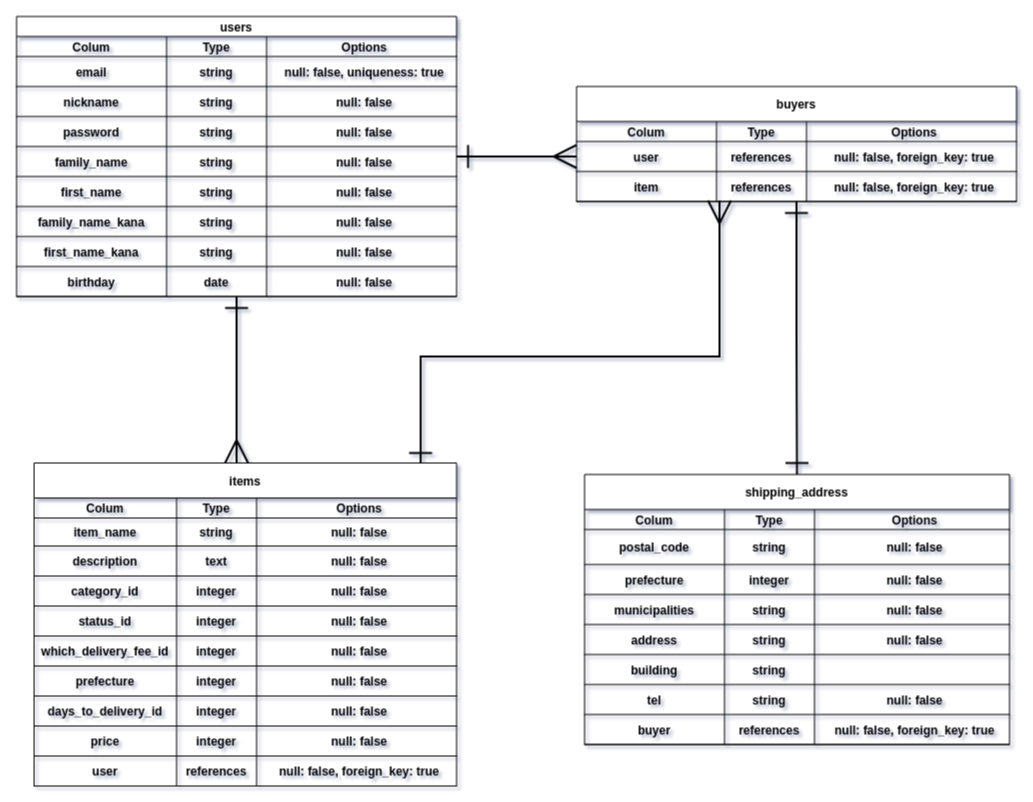
Earlier version of the draw.io diagram db/db.drawio (Tomoaki-git/furima-34423). Source tidied: cells renumbered, new cells numbered last; positions are measured from the earlier drawing's top-left corner, leaving out a move shared by most shapes. Both pictures are drawn from the tidied source at 100%, with x=0, y=0 at pixel (16, 16).
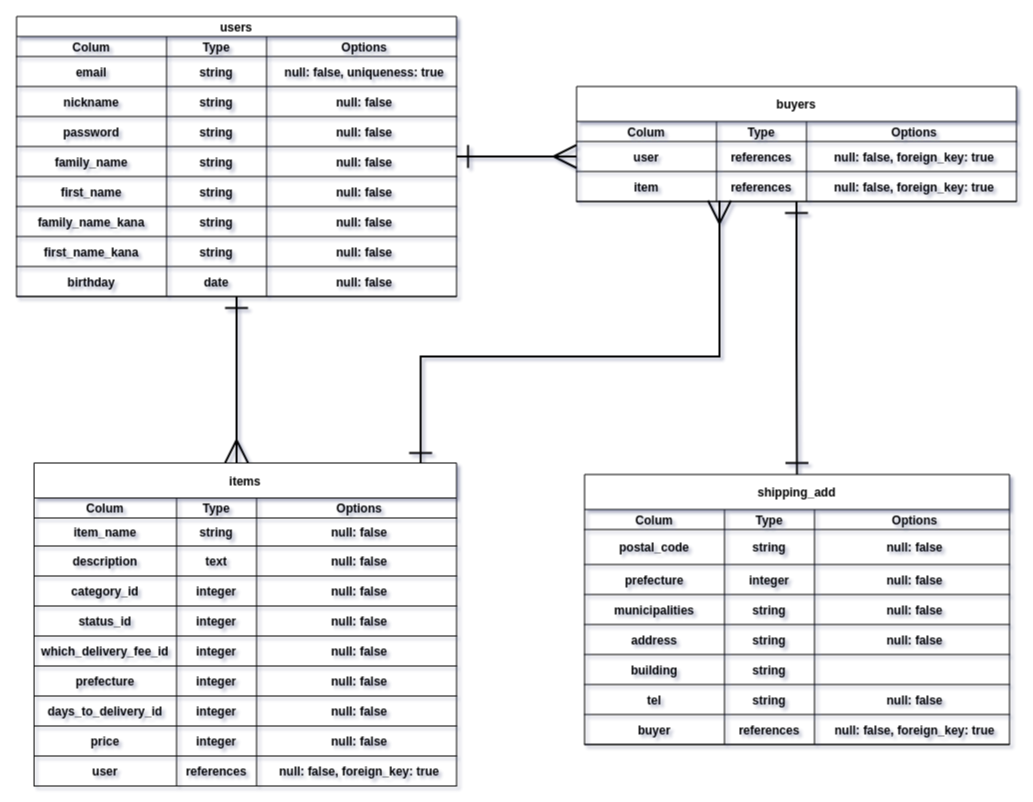
Above is the later version.

The edit, as a diff of the source:
```diff
@@
-    <mxCell id="84" value="shipping_address" style="shape=table;startSize=35;childLayout=tableLayout;rowLines=0;fontStyle=1;align=center;rounded=0;sketch=0;" parent="1" vertex="1">
+    <mxCell id="84" value="shipping_add" style="shape=table;startSize=35;childLayout=tableLayout;rowLines=0;fontStyle=1;align=center;rounded=0;sketch=0;" parent="1" vertex="1">
       <mxGeometry x="568" y="458" width="425" height="270" as="geometry" />
     </mxCell>
```
